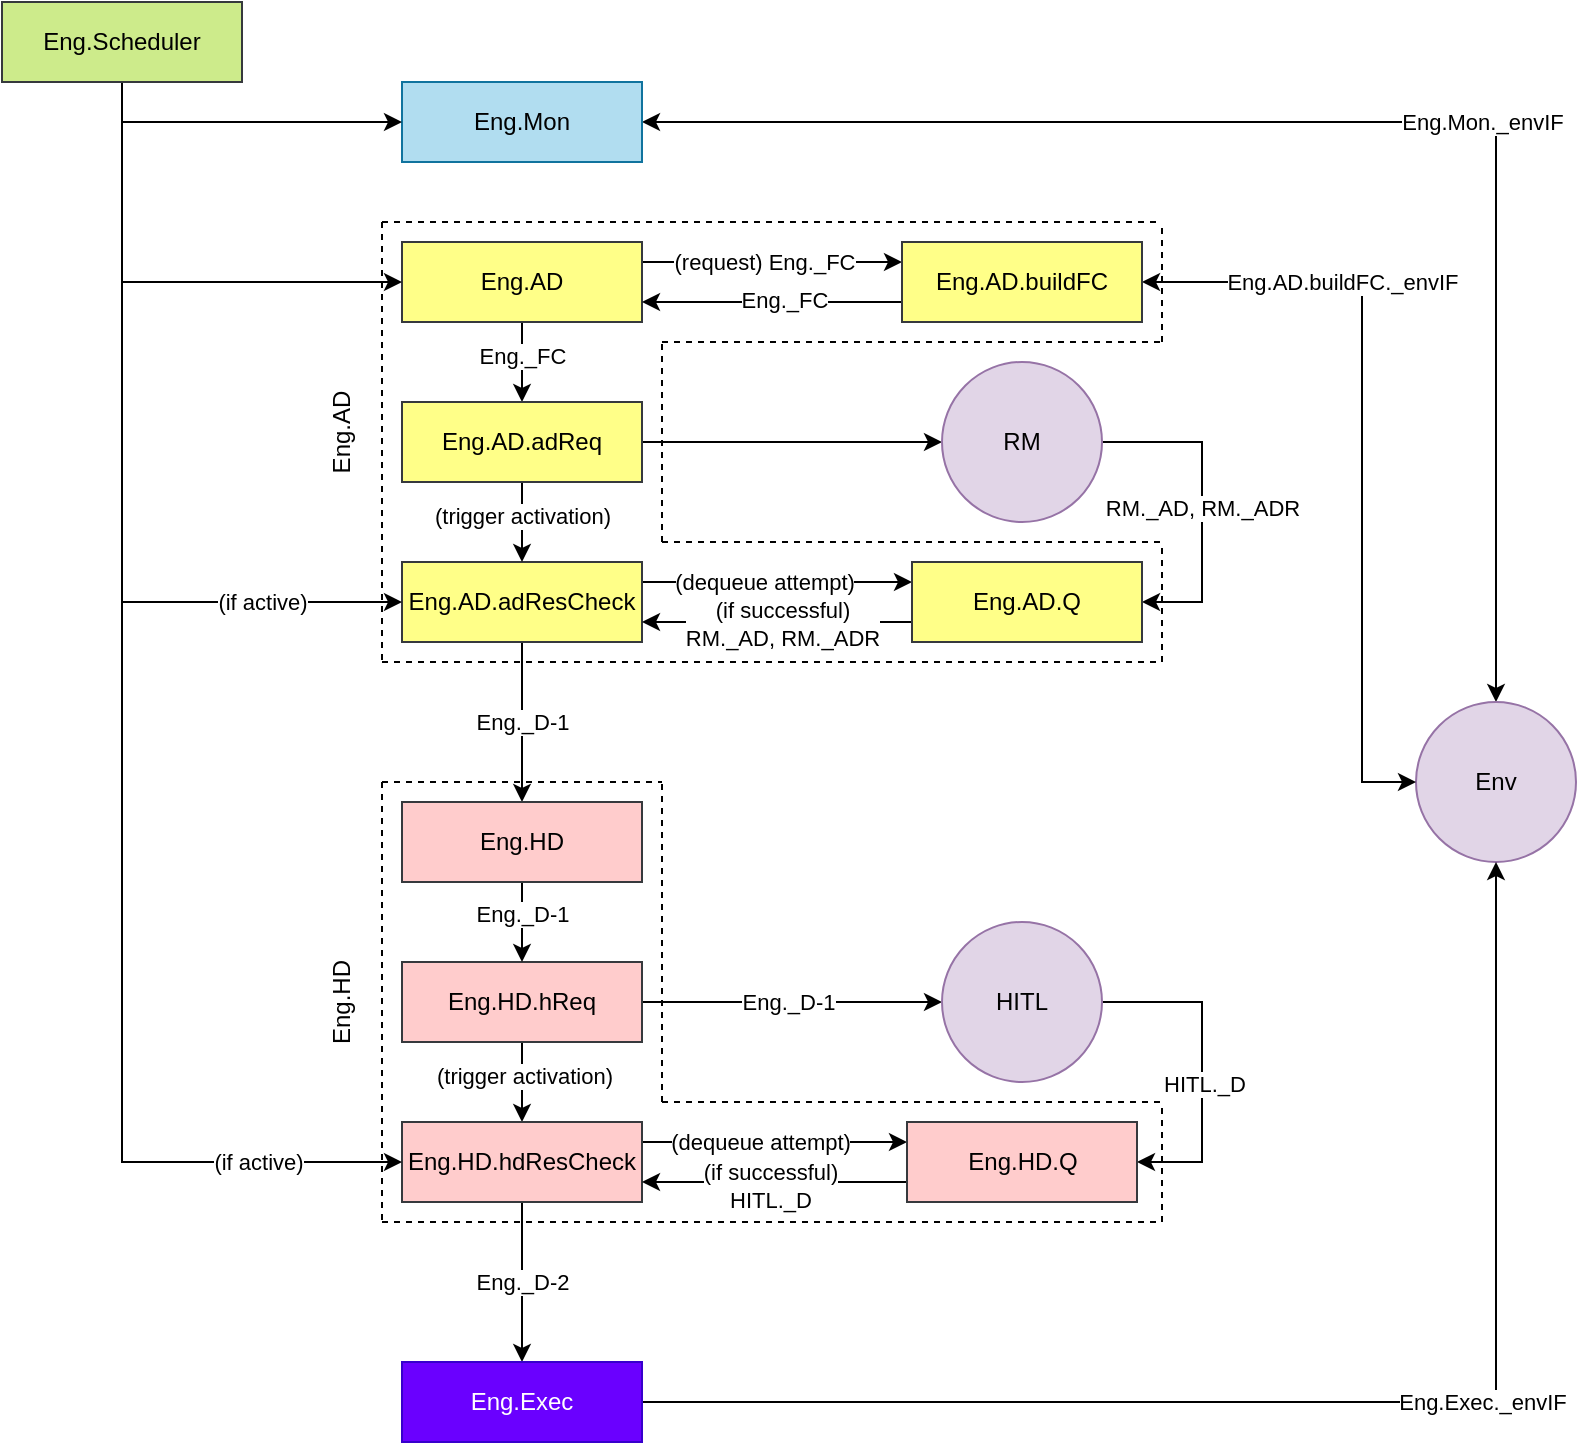
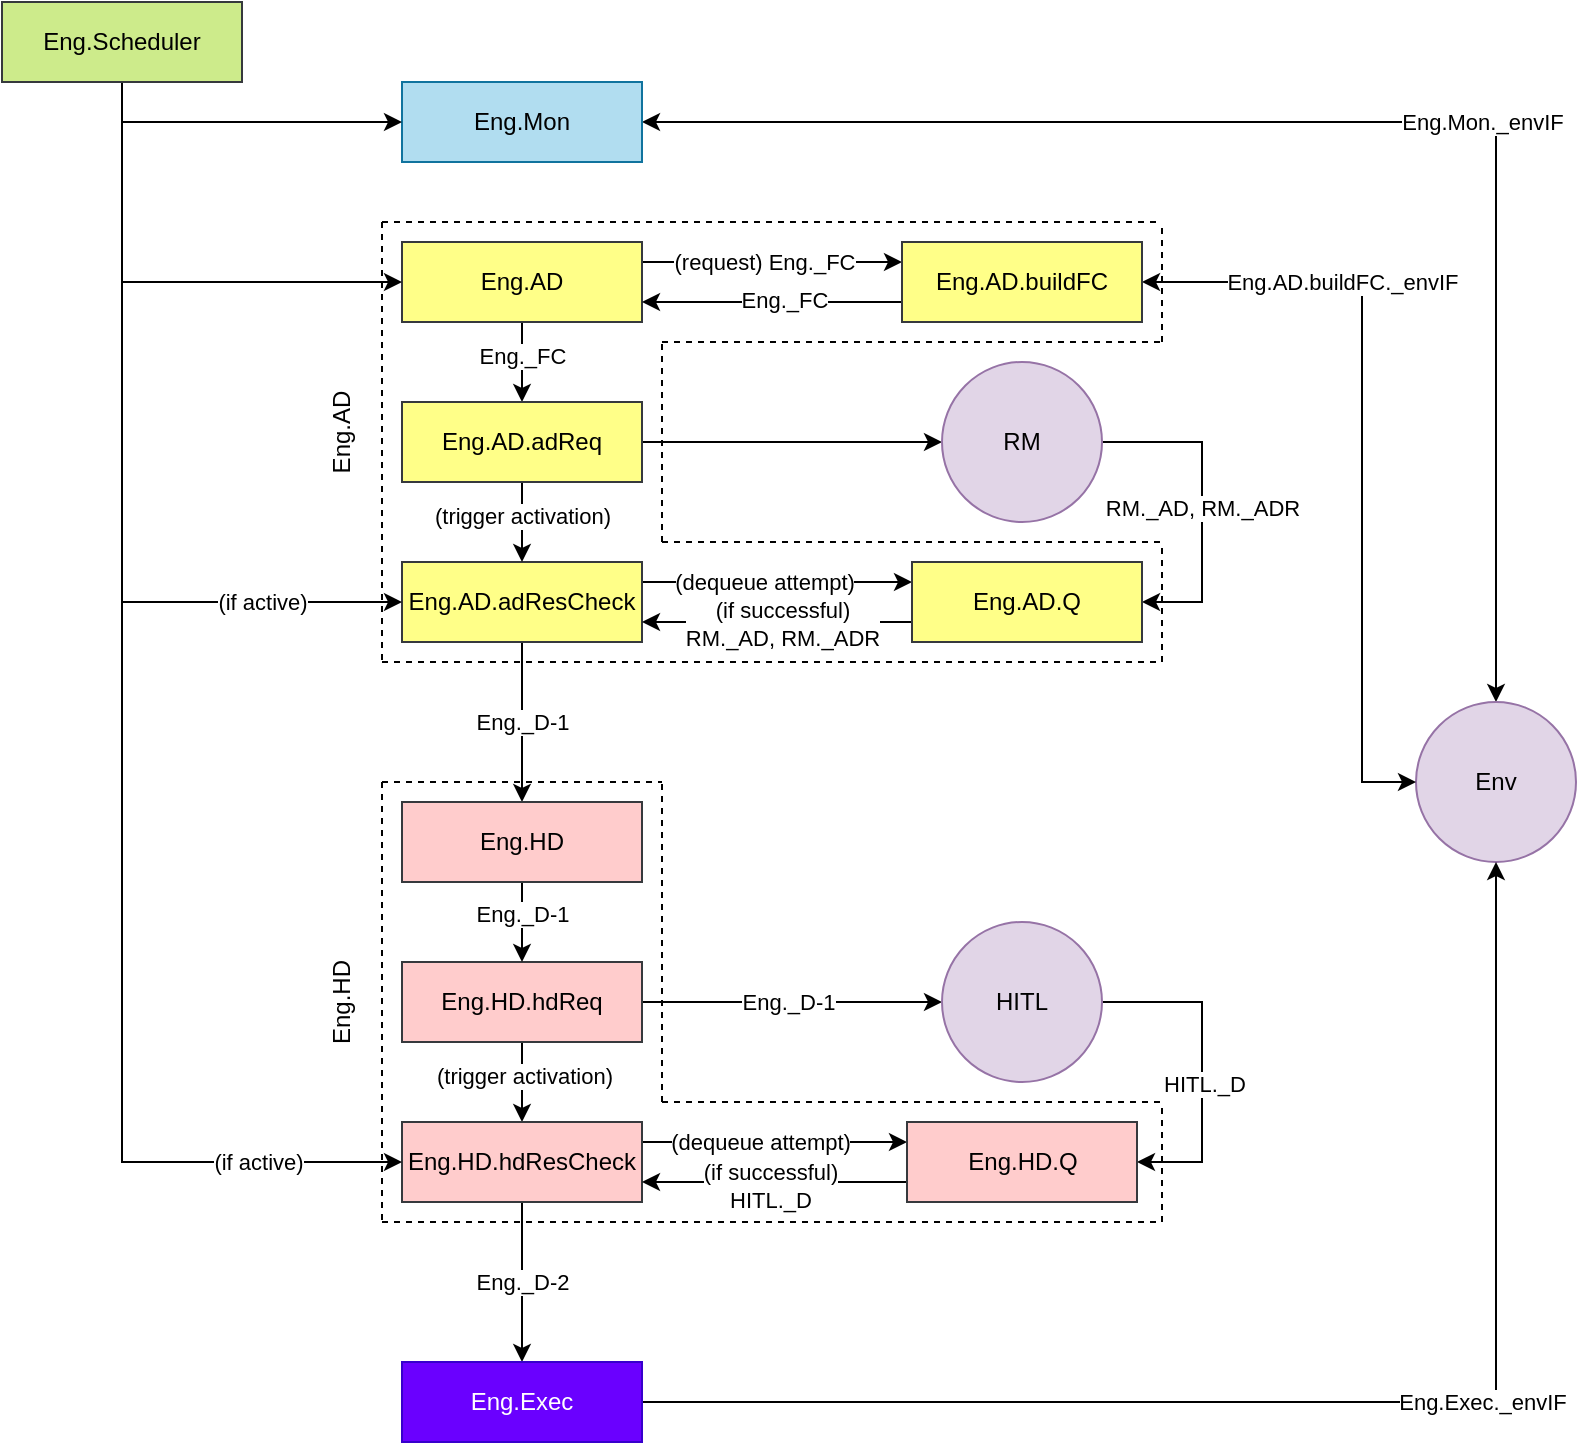
<mxfile host="app.diagrams.net">
  <diagram name="Page-1" id="OlbvHiH25T4Iblp31CC4">
-     <mxGraphModel dx="699" dy="388" grid="0" gridSize="10" guides="1" tooltips="1" connect="1" arrows="1" fold="1" page="1" pageScale="1" pageWidth="827" pageHeight="1169" background="#ffffff" math="0" shadow="0">
+     <mxGraphModel dx="1304" dy="724" grid="0" gridSize="10" guides="1" tooltips="1" connect="1" arrows="1" fold="1" page="1" pageScale="1" pageWidth="827" pageHeight="1169" background="#ffffff" math="0" shadow="0">
      <root>
        <mxCell id="0" />
        <mxCell id="1" parent="0" />
        <mxCell id="co-fIusRbvJiOKSlR68D-45" edge="1" parent="1" source="co-fIusRbvJiOKSlR68D-1" style="edgeStyle=orthogonalEdgeStyle;rounded=0;orthogonalLoop=1;jettySize=auto;html=1;exitX=1;exitY=0.25;exitDx=0;exitDy=0;entryX=0;entryY=0.25;entryDx=0;entryDy=0;" target="co-fIusRbvJiOKSlR68D-44">
          <mxGeometry relative="1" as="geometry" />
        </mxCell>
        <mxCell id="co-fIusRbvJiOKSlR68D-48" connectable="0" parent="co-fIusRbvJiOKSlR68D-45" style="edgeLabel;html=1;align=center;verticalAlign=middle;resizable=0;points=[];" value="(dequeue attempt)" vertex="1">
          <mxGeometry relative="1" x="-0.1062" as="geometry">
            <mxPoint as="offset" />
          </mxGeometry>
        </mxCell>
        <mxCell id="co-fIusRbvJiOKSlR68D-66" edge="1" parent="1" source="co-fIusRbvJiOKSlR68D-1" style="edgeStyle=orthogonalEdgeStyle;rounded=0;orthogonalLoop=1;jettySize=auto;html=1;exitX=0.5;exitY=1;exitDx=0;exitDy=0;entryX=0.5;entryY=0;entryDx=0;entryDy=0;" target="co-fIusRbvJiOKSlR68D-65">
          <mxGeometry relative="1" as="geometry" />
        </mxCell>
        <mxCell id="co-fIusRbvJiOKSlR68D-1" parent="1" style="rounded=0;whiteSpace=wrap;html=1;fillColor=#ffff88;strokeColor=#36393d;" value="Eng.AD.adResCheck" vertex="1">
          <mxGeometry height="40" width="120" x="320" y="400" as="geometry" />
        </mxCell>
        <mxCell id="co-fIusRbvJiOKSlR68D-20" edge="1" parent="1" source="co-fIusRbvJiOKSlR68D-2" style="edgeStyle=orthogonalEdgeStyle;rounded=0;orthogonalLoop=1;jettySize=auto;html=1;exitX=1;exitY=0.5;exitDx=0;exitDy=0;strokeColor=default;startArrow=classic;startFill=1;" target="co-fIusRbvJiOKSlR68D-19">
          <mxGeometry relative="1" as="geometry" />
        </mxCell>
        <mxCell id="co-fIusRbvJiOKSlR68D-22" connectable="0" parent="co-fIusRbvJiOKSlR68D-20" style="edgeLabel;html=1;align=center;verticalAlign=middle;resizable=0;points=[];" value="Eng.Mon._envIF" vertex="1">
          <mxGeometry relative="1" x="-0.04" y="2" as="geometry">
            <mxPoint x="76" y="2" as="offset" />
          </mxGeometry>
        </mxCell>
        <mxCell id="co-fIusRbvJiOKSlR68D-2" parent="1" style="rounded=0;whiteSpace=wrap;html=1;fillColor=#b1ddf0;strokeColor=#10739e;" value="Eng.Mon" vertex="1">
          <mxGeometry height="40" width="120" x="320" y="160" as="geometry" />
        </mxCell>
        <mxCell id="co-fIusRbvJiOKSlR68D-30" edge="1" parent="1" source="co-fIusRbvJiOKSlR68D-3" style="edgeStyle=orthogonalEdgeStyle;rounded=0;orthogonalLoop=1;jettySize=auto;html=1;exitX=1;exitY=0.25;exitDx=0;exitDy=0;entryX=0;entryY=0.25;entryDx=0;entryDy=0;" target="co-fIusRbvJiOKSlR68D-23">
          <mxGeometry relative="1" as="geometry" />
        </mxCell>
        <mxCell id="co-fIusRbvJiOKSlR68D-32" connectable="0" parent="co-fIusRbvJiOKSlR68D-30" style="edgeLabel;html=1;align=center;verticalAlign=middle;resizable=0;points=[];" value="(request) Eng._FC" vertex="1">
          <mxGeometry relative="1" x="-0.1785" as="geometry">
            <mxPoint x="7" as="offset" />
          </mxGeometry>
        </mxCell>
        <mxCell id="co-fIusRbvJiOKSlR68D-34" edge="1" parent="1" source="co-fIusRbvJiOKSlR68D-3" style="edgeStyle=orthogonalEdgeStyle;rounded=0;orthogonalLoop=1;jettySize=auto;html=1;exitX=0.5;exitY=1;exitDx=0;exitDy=0;" target="co-fIusRbvJiOKSlR68D-5">
          <mxGeometry relative="1" as="geometry" />
        </mxCell>
        <mxCell id="co-fIusRbvJiOKSlR68D-35" connectable="0" parent="co-fIusRbvJiOKSlR68D-34" style="edgeLabel;html=1;align=center;verticalAlign=middle;resizable=0;points=[];" value="Eng._FC" vertex="1">
          <mxGeometry relative="1" x="-0.38" y="-1" as="geometry">
            <mxPoint x="1" y="4" as="offset" />
          </mxGeometry>
        </mxCell>
        <mxCell id="co-fIusRbvJiOKSlR68D-3" parent="1" style="rounded=0;whiteSpace=wrap;html=1;fillColor=#ffff88;strokeColor=#36393d;" value="Eng.AD" vertex="1">
          <mxGeometry height="40" width="120" x="320" y="240" as="geometry" />
        </mxCell>
        <mxCell id="co-fIusRbvJiOKSlR68D-75" edge="1" parent="1" source="co-fIusRbvJiOKSlR68D-4" style="edgeStyle=orthogonalEdgeStyle;rounded=0;orthogonalLoop=1;jettySize=auto;html=1;exitX=1;exitY=0.5;exitDx=0;exitDy=0;entryX=0;entryY=0.5;entryDx=0;entryDy=0;" target="co-fIusRbvJiOKSlR68D-68">
          <mxGeometry relative="1" as="geometry" />
        </mxCell>
        <mxCell id="co-fIusRbvJiOKSlR68D-90" edge="1" parent="1" source="co-fIusRbvJiOKSlR68D-4" style="edgeStyle=orthogonalEdgeStyle;rounded=0;orthogonalLoop=1;jettySize=auto;html=1;exitX=0.5;exitY=1;exitDx=0;exitDy=0;entryX=0.5;entryY=0;entryDx=0;entryDy=0;" target="co-fIusRbvJiOKSlR68D-6">
          <mxGeometry relative="1" as="geometry" />
        </mxCell>
-         <mxCell id="co-fIusRbvJiOKSlR68D-4" parent="1" style="rounded=0;whiteSpace=wrap;html=1;fillColor=#ffcccc;strokeColor=#36393d;" value="Eng.HD.hReq&lt;span style=&quot;color: rgba(0, 0, 0, 0); font-family: monospace; font-size: 0px; text-align: start; white-space: nowrap;&quot;&gt;%3CmxGraphModel%3E%3Croot%3E%3CmxCell%20id%3D%220%22%2F%3E%3CmxCell%20id%3D%221%22%20parent%3D%220%22%2F%3E%3CmxCell%20id%3D%222%22%20parent%3D%221%22%20style%3D%22rounded%3D0%3BwhiteSpace%3Dwrap%3Bhtml%3D1%3B%22%20value%3D%22Eng.dResCheck%22%20vertex%3D%221%22%3E%3CmxGeometry%20height%3D%2240%22%20width%3D%22120%22%20x%3D%22160%22%20y%3D%2280%22%20as%3D%22geometry%22%2F%3E%3C%2FmxCell%3E%3C%2Froot%3E%3C%2FmxGraphModel%3E&lt;/span&gt;" vertex="1">
+         <mxCell id="co-fIusRbvJiOKSlR68D-4" parent="1" style="rounded=0;whiteSpace=wrap;html=1;fillColor=#ffcccc;strokeColor=#36393d;" value="Eng.HD.hdReq&lt;span style=&quot;color: rgba(0, 0, 0, 0); font-family: monospace; font-size: 0px; text-align: start; white-space: nowrap;&quot;&gt;%3CmxGraphModel%3E%3Croot%3E%3CmxCell%20id%3D%220%22%2F%3E%3CmxCell%20id%3D%221%22%20parent%3D%220%22%2F%3E%3CmxCell%20id%3D%222%22%20parent%3D%221%22%20style%3D%22rounded%3D0%3BwhiteSpace%3Dwrap%3Bhtml%3D1%3B%22%20value%3D%22Eng.dResCheck%22%20vertex%3D%221%22%3E%3CmxGeometry%20height%3D%2240%22%20width%3D%22120%22%20x%3D%22160%22%20y%3D%2280%22%20as%3D%22geometry%22%2F%3E%3C%2FmxCell%3E%3C%2Froot%3E%3C%2FmxGraphModel%3E&lt;/span&gt;" vertex="1">
          <mxGeometry height="40" width="120" x="320" y="600" as="geometry" />
        </mxCell>
        <mxCell id="co-fIusRbvJiOKSlR68D-36" edge="1" parent="1" source="co-fIusRbvJiOKSlR68D-5" style="edgeStyle=orthogonalEdgeStyle;rounded=0;orthogonalLoop=1;jettySize=auto;html=1;exitX=1;exitY=0.5;exitDx=0;exitDy=0;entryX=0;entryY=0.5;entryDx=0;entryDy=0;" target="co-fIusRbvJiOKSlR68D-37">
          <mxGeometry relative="1" as="geometry">
            <mxPoint x="560" y="340" as="targetPoint" />
          </mxGeometry>
        </mxCell>
        <mxCell id="co-fIusRbvJiOKSlR68D-39" edge="1" parent="1" source="co-fIusRbvJiOKSlR68D-5" style="edgeStyle=orthogonalEdgeStyle;rounded=0;orthogonalLoop=1;jettySize=auto;html=1;exitX=0.5;exitY=1;exitDx=0;exitDy=0;entryX=0.5;entryY=0;entryDx=0;entryDy=0;" target="co-fIusRbvJiOKSlR68D-1">
          <mxGeometry relative="1" as="geometry" />
        </mxCell>
        <mxCell id="co-fIusRbvJiOKSlR68D-40" connectable="0" parent="co-fIusRbvJiOKSlR68D-39" style="edgeLabel;html=1;align=center;verticalAlign=middle;resizable=0;points=[];" value="(trigger activation)" vertex="1">
          <mxGeometry relative="1" x="-0.18" as="geometry">
            <mxPoint as="offset" />
          </mxGeometry>
        </mxCell>
        <mxCell id="co-fIusRbvJiOKSlR68D-5" parent="1" style="rounded=0;whiteSpace=wrap;html=1;fillColor=#ffff88;strokeColor=#36393d;" value="Eng.AD.adReq" vertex="1">
          <mxGeometry height="40" width="120" x="320" y="320" as="geometry" />
        </mxCell>
        <mxCell id="co-fIusRbvJiOKSlR68D-79" edge="1" parent="1" source="co-fIusRbvJiOKSlR68D-6" style="edgeStyle=orthogonalEdgeStyle;rounded=0;orthogonalLoop=1;jettySize=auto;html=1;exitX=1;exitY=0.25;exitDx=0;exitDy=0;entryX=0;entryY=0.25;entryDx=0;entryDy=0;" target="co-fIusRbvJiOKSlR68D-77">
          <mxGeometry relative="1" as="geometry" />
        </mxCell>
        <mxCell id="co-fIusRbvJiOKSlR68D-97" edge="1" parent="1" source="co-fIusRbvJiOKSlR68D-6" style="edgeStyle=orthogonalEdgeStyle;rounded=0;orthogonalLoop=1;jettySize=auto;html=1;exitX=0.5;exitY=1;exitDx=0;exitDy=0;entryX=0.5;entryY=0;entryDx=0;entryDy=0;" target="co-fIusRbvJiOKSlR68D-93">
          <mxGeometry relative="1" as="geometry">
            <Array as="points">
              <mxPoint x="380" y="760" />
              <mxPoint x="380" y="760" />
            </Array>
          </mxGeometry>
        </mxCell>
        <mxCell id="co-fIusRbvJiOKSlR68D-6" parent="1" style="rounded=0;whiteSpace=wrap;html=1;fillColor=#ffcccc;strokeColor=#36393d;" value="Eng.HD.hdResCheck" vertex="1">
          <mxGeometry height="40" width="120" x="320" y="680" as="geometry" />
        </mxCell>
        <mxCell id="co-fIusRbvJiOKSlR68D-19" parent="1" style="ellipse;whiteSpace=wrap;html=1;aspect=fixed;fillColor=#e1d5e7;strokeColor=#9673a6;" value="Env" vertex="1">
          <mxGeometry height="80" width="80" x="827" y="470" as="geometry" />
        </mxCell>
        <mxCell id="co-fIusRbvJiOKSlR68D-31" edge="1" parent="1" source="co-fIusRbvJiOKSlR68D-23" style="edgeStyle=orthogonalEdgeStyle;rounded=0;orthogonalLoop=1;jettySize=auto;html=1;exitX=0;exitY=0.75;exitDx=0;exitDy=0;entryX=1;entryY=0.75;entryDx=0;entryDy=0;" target="co-fIusRbvJiOKSlR68D-3">
          <mxGeometry relative="1" as="geometry" />
        </mxCell>
        <mxCell id="co-fIusRbvJiOKSlR68D-33" connectable="0" parent="co-fIusRbvJiOKSlR68D-31" style="edgeLabel;html=1;align=center;verticalAlign=middle;resizable=0;points=[];" value="Eng._FC" vertex="1">
          <mxGeometry relative="1" x="0.0708" y="-1" as="geometry">
            <mxPoint x="10" as="offset" />
          </mxGeometry>
        </mxCell>
        <mxCell id="co-fIusRbvJiOKSlR68D-106" edge="1" parent="1" source="co-fIusRbvJiOKSlR68D-23" style="edgeStyle=orthogonalEdgeStyle;rounded=0;orthogonalLoop=1;jettySize=auto;html=1;exitX=1;exitY=0.5;exitDx=0;exitDy=0;entryX=0;entryY=0.5;entryDx=0;entryDy=0;startArrow=classic;startFill=1;" target="co-fIusRbvJiOKSlR68D-19">
          <mxGeometry relative="1" as="geometry">
            <Array as="points">
              <mxPoint x="800" y="260" />
              <mxPoint x="800" y="510" />
            </Array>
          </mxGeometry>
        </mxCell>
        <mxCell id="co-fIusRbvJiOKSlR68D-23" parent="1" style="rounded=0;whiteSpace=wrap;html=1;fillColor=#ffff88;strokeColor=#36393d;" value="Eng.AD.buildFC" vertex="1">
          <mxGeometry height="40" width="120" x="570" y="240" as="geometry" />
        </mxCell>
        <mxCell id="co-fIusRbvJiOKSlR68D-25" edge="1" parent="1" source="co-fIusRbvJiOKSlR68D-24" style="edgeStyle=orthogonalEdgeStyle;rounded=0;orthogonalLoop=1;jettySize=auto;html=1;exitX=0.5;exitY=1;exitDx=0;exitDy=0;entryX=0;entryY=0.5;entryDx=0;entryDy=0;" target="co-fIusRbvJiOKSlR68D-2">
          <mxGeometry relative="1" as="geometry" />
        </mxCell>
        <mxCell id="co-fIusRbvJiOKSlR68D-26" edge="1" parent="1" source="co-fIusRbvJiOKSlR68D-24" style="edgeStyle=orthogonalEdgeStyle;rounded=0;orthogonalLoop=1;jettySize=auto;html=1;exitX=0.5;exitY=1;exitDx=0;exitDy=0;entryX=0;entryY=0.5;entryDx=0;entryDy=0;" target="co-fIusRbvJiOKSlR68D-3">
          <mxGeometry relative="1" as="geometry" />
        </mxCell>
        <mxCell id="co-fIusRbvJiOKSlR68D-38" edge="1" parent="1" source="co-fIusRbvJiOKSlR68D-24" style="edgeStyle=orthogonalEdgeStyle;rounded=0;orthogonalLoop=1;jettySize=auto;html=1;exitX=0.5;exitY=1;exitDx=0;exitDy=0;entryX=0;entryY=0.5;entryDx=0;entryDy=0;" target="co-fIusRbvJiOKSlR68D-1">
          <mxGeometry relative="1" as="geometry" />
        </mxCell>
        <mxCell id="co-fIusRbvJiOKSlR68D-42" connectable="0" parent="co-fIusRbvJiOKSlR68D-38" style="edgeLabel;html=1;align=center;verticalAlign=middle;resizable=0;points=[];" value="(if active)" vertex="1">
          <mxGeometry relative="1" x="0.6308" y="-2" as="geometry">
            <mxPoint x="4" y="-2" as="offset" />
          </mxGeometry>
        </mxCell>
        <mxCell id="co-fIusRbvJiOKSlR68D-81" edge="1" parent="1" source="co-fIusRbvJiOKSlR68D-24" style="edgeStyle=orthogonalEdgeStyle;rounded=0;orthogonalLoop=1;jettySize=auto;html=1;exitX=0.5;exitY=1;exitDx=0;exitDy=0;entryX=0;entryY=0.5;entryDx=0;entryDy=0;" target="co-fIusRbvJiOKSlR68D-6">
          <mxGeometry relative="1" as="geometry" />
        </mxCell>
        <mxCell id="co-fIusRbvJiOKSlR68D-24" parent="1" style="rounded=0;whiteSpace=wrap;html=1;fillColor=#cdeb8b;strokeColor=#36393d;" value="Eng.Scheduler" vertex="1">
          <mxGeometry height="40" width="120" x="120" y="120" as="geometry" />
        </mxCell>
        <mxCell id="co-fIusRbvJiOKSlR68D-63" edge="1" parent="1" source="co-fIusRbvJiOKSlR68D-37" style="edgeStyle=orthogonalEdgeStyle;rounded=0;orthogonalLoop=1;jettySize=auto;html=1;exitX=1;exitY=0.5;exitDx=0;exitDy=0;entryX=1;entryY=0.5;entryDx=0;entryDy=0;" target="co-fIusRbvJiOKSlR68D-44">
          <mxGeometry relative="1" as="geometry">
            <Array as="points">
              <mxPoint x="720" y="340" />
              <mxPoint x="720" y="420" />
            </Array>
          </mxGeometry>
        </mxCell>
        <mxCell id="co-fIusRbvJiOKSlR68D-64" connectable="0" parent="co-fIusRbvJiOKSlR68D-63" style="edgeLabel;html=1;align=center;verticalAlign=middle;resizable=0;points=[];" value="RM._AD, RM._ADR" vertex="1">
          <mxGeometry relative="1" x="0.0314" y="-2" as="geometry">
            <mxPoint x="2" as="offset" />
          </mxGeometry>
        </mxCell>
        <mxCell id="co-fIusRbvJiOKSlR68D-37" parent="1" style="ellipse;whiteSpace=wrap;html=1;aspect=fixed;fillColor=#e1d5e7;strokeColor=#9673a6;" value="RM" vertex="1">
          <mxGeometry height="80" width="80" x="590" y="300" as="geometry" />
        </mxCell>
        <mxCell id="co-fIusRbvJiOKSlR68D-47" edge="1" parent="1" source="co-fIusRbvJiOKSlR68D-44" style="edgeStyle=orthogonalEdgeStyle;rounded=0;orthogonalLoop=1;jettySize=auto;html=1;exitX=0;exitY=0.75;exitDx=0;exitDy=0;entryX=1;entryY=0.75;entryDx=0;entryDy=0;" target="co-fIusRbvJiOKSlR68D-1">
          <mxGeometry relative="1" as="geometry" />
        </mxCell>
        <mxCell id="co-fIusRbvJiOKSlR68D-49" connectable="0" parent="co-fIusRbvJiOKSlR68D-47" style="edgeLabel;html=1;align=center;verticalAlign=middle;resizable=0;points=[];" value="(if successful)&lt;div&gt;RM._AD, RM._ADR&lt;/div&gt;" vertex="1">
          <mxGeometry relative="1" x="0.0084" as="geometry">
            <mxPoint x="3" y="1" as="offset" />
          </mxGeometry>
        </mxCell>
        <mxCell id="co-fIusRbvJiOKSlR68D-44" parent="1" style="rounded=0;whiteSpace=wrap;html=1;fillColor=#ffff88;strokeColor=#36393d;" value="Eng.AD.Q" vertex="1">
          <mxGeometry height="40" width="115" x="575" y="400" as="geometry" />
        </mxCell>
        <mxCell id="co-fIusRbvJiOKSlR68D-51" edge="1" parent="1" style="endArrow=none;dashed=1;html=1;rounded=0;" value="">
          <mxGeometry height="50" relative="1" width="50" as="geometry">
            <mxPoint x="310" y="230" as="sourcePoint" />
            <mxPoint x="700" y="230" as="targetPoint" />
          </mxGeometry>
        </mxCell>
        <mxCell id="co-fIusRbvJiOKSlR68D-52" edge="1" parent="1" style="endArrow=none;dashed=1;html=1;rounded=0;" value="">
          <mxGeometry height="50" relative="1" width="50" as="geometry">
            <mxPoint x="310" y="230" as="sourcePoint" />
            <mxPoint x="310" y="450" as="targetPoint" />
          </mxGeometry>
        </mxCell>
        <mxCell id="co-fIusRbvJiOKSlR68D-53" edge="1" parent="1" style="endArrow=none;dashed=1;html=1;rounded=0;" value="">
          <mxGeometry height="50" relative="1" width="50" as="geometry">
            <mxPoint x="310" y="450" as="sourcePoint" />
            <mxPoint x="700" y="450" as="targetPoint" />
          </mxGeometry>
        </mxCell>
        <mxCell id="co-fIusRbvJiOKSlR68D-54" edge="1" parent="1" style="endArrow=none;dashed=1;html=1;rounded=0;" value="">
          <mxGeometry height="50" relative="1" width="50" as="geometry">
            <mxPoint x="700" y="450" as="sourcePoint" />
            <mxPoint x="700" y="390" as="targetPoint" />
          </mxGeometry>
        </mxCell>
        <mxCell id="co-fIusRbvJiOKSlR68D-55" edge="1" parent="1" style="endArrow=none;dashed=1;html=1;rounded=0;" value="">
          <mxGeometry height="50" relative="1" width="50" as="geometry">
            <mxPoint x="450" y="390" as="sourcePoint" />
            <mxPoint x="700" y="390" as="targetPoint" />
          </mxGeometry>
        </mxCell>
        <mxCell id="co-fIusRbvJiOKSlR68D-57" edge="1" parent="1" style="endArrow=none;dashed=1;html=1;rounded=0;" value="">
          <mxGeometry height="50" relative="1" width="50" as="geometry">
            <mxPoint x="450" y="290" as="sourcePoint" />
            <mxPoint x="700" y="290" as="targetPoint" />
          </mxGeometry>
        </mxCell>
        <mxCell id="co-fIusRbvJiOKSlR68D-58" parent="1" style="text;html=1;whiteSpace=wrap;strokeColor=none;fillColor=none;align=center;verticalAlign=middle;rounded=0;rotation=-90;" value="Eng.AD" vertex="1">
          <mxGeometry height="30" width="60" x="260" y="320" as="geometry" />
        </mxCell>
        <mxCell id="co-fIusRbvJiOKSlR68D-59" edge="1" parent="1" style="endArrow=none;dashed=1;html=1;rounded=0;" value="">
          <mxGeometry height="50" relative="1" width="50" as="geometry">
            <mxPoint x="700" y="290" as="sourcePoint" />
            <mxPoint x="700" y="230" as="targetPoint" />
          </mxGeometry>
        </mxCell>
        <mxCell id="co-fIusRbvJiOKSlR68D-60" edge="1" parent="1" style="endArrow=none;dashed=1;html=1;rounded=0;" value="">
          <mxGeometry height="50" relative="1" width="50" as="geometry">
            <mxPoint x="450" y="390" as="sourcePoint" />
            <mxPoint x="450" y="290" as="targetPoint" />
          </mxGeometry>
        </mxCell>
        <mxCell id="co-fIusRbvJiOKSlR68D-71" edge="1" parent="1" source="co-fIusRbvJiOKSlR68D-65" style="edgeStyle=orthogonalEdgeStyle;rounded=0;orthogonalLoop=1;jettySize=auto;html=1;exitX=0.5;exitY=1;exitDx=0;exitDy=0;entryX=0.5;entryY=0;entryDx=0;entryDy=0;" target="co-fIusRbvJiOKSlR68D-4">
          <mxGeometry relative="1" as="geometry" />
        </mxCell>
        <mxCell id="co-fIusRbvJiOKSlR68D-100" connectable="0" parent="co-fIusRbvJiOKSlR68D-71" style="edgeLabel;html=1;align=center;verticalAlign=middle;resizable=0;points=[];" value="&lt;span style=&quot;color: rgba(0, 0, 0, 0); font-family: monospace; font-size: 0px; text-align: start; background-color: rgb(236, 236, 236);&quot;&gt;%3CmxGraphModel%3E%3Croot%3E%3CmxCell%20id%3D%220%22%2F%3E%3CmxCell%20id%3D%221%22%20parent%3D%220%22%2F%3E%3CmxCell%20id%3D%222%22%20connectable%3D%220%22%20parent%3D%221%22%20style%3D%22edgeLabel%3Bhtml%3D1%3Balign%3Dcenter%3BverticalAlign%3Dmiddle%3Bresizable%3D0%3Bpoints%3D%5B%5D%3B%22%20value%3D%22Eng._D-1%22%20vertex%3D%221%22%3E%3CmxGeometry%20x%3D%22513%22%20y%3D%22620%22%20as%3D%22geometry%22%2F%3E%3C%2FmxCell%3E%3C%2Froot%3E%3C%2FmxGraphModel%3E&lt;/span&gt;" vertex="1">
          <mxGeometry relative="1" x="-0.1789" as="geometry">
            <mxPoint as="offset" />
          </mxGeometry>
        </mxCell>
        <mxCell id="co-fIusRbvJiOKSlR68D-65" parent="1" style="rounded=0;whiteSpace=wrap;html=1;fillColor=#ffcccc;strokeColor=#36393d;" value="Eng.HD" vertex="1">
          <mxGeometry height="40" width="120" x="320" y="520" as="geometry" />
        </mxCell>
        <mxCell id="co-fIusRbvJiOKSlR68D-67" connectable="0" parent="1" style="edgeLabel;html=1;align=center;verticalAlign=middle;resizable=0;points=[];" value="Eng._D-1" vertex="1">
          <mxGeometry x="380" y="480" as="geometry" />
        </mxCell>
        <mxCell id="co-fIusRbvJiOKSlR68D-78" edge="1" parent="1" source="co-fIusRbvJiOKSlR68D-68" style="edgeStyle=orthogonalEdgeStyle;rounded=0;orthogonalLoop=1;jettySize=auto;html=1;exitX=1;exitY=0.5;exitDx=0;exitDy=0;entryX=1;entryY=0.5;entryDx=0;entryDy=0;" target="co-fIusRbvJiOKSlR68D-77">
          <mxGeometry relative="1" as="geometry">
            <Array as="points">
              <mxPoint x="720" y="620" />
              <mxPoint x="720" y="700" />
            </Array>
          </mxGeometry>
        </mxCell>
        <mxCell id="co-fIusRbvJiOKSlR68D-96" connectable="0" parent="co-fIusRbvJiOKSlR68D-78" style="edgeLabel;html=1;align=center;verticalAlign=middle;resizable=0;points=[];" value="HITL._D" vertex="1">
          <mxGeometry relative="1" x="0.1218" y="1" as="geometry">
            <mxPoint as="offset" />
          </mxGeometry>
        </mxCell>
        <mxCell id="co-fIusRbvJiOKSlR68D-68" parent="1" style="ellipse;whiteSpace=wrap;html=1;aspect=fixed;fillColor=#e1d5e7;strokeColor=#9673a6;" value="HITL" vertex="1">
          <mxGeometry height="80" width="80" x="590" y="580" as="geometry" />
        </mxCell>
        <mxCell id="co-fIusRbvJiOKSlR68D-80" edge="1" parent="1" source="co-fIusRbvJiOKSlR68D-77" style="edgeStyle=orthogonalEdgeStyle;rounded=0;orthogonalLoop=1;jettySize=auto;html=1;exitX=0;exitY=0.75;exitDx=0;exitDy=0;entryX=1;entryY=0.75;entryDx=0;entryDy=0;" target="co-fIusRbvJiOKSlR68D-6">
          <mxGeometry relative="1" as="geometry" />
        </mxCell>
        <mxCell id="co-fIusRbvJiOKSlR68D-77" parent="1" style="rounded=0;whiteSpace=wrap;html=1;fillColor=#ffcccc;strokeColor=#36393d;" value="Eng.HD.Q" vertex="1">
          <mxGeometry height="40" width="115" x="572.5" y="680" as="geometry" />
        </mxCell>
        <mxCell id="co-fIusRbvJiOKSlR68D-83" connectable="0" parent="1" style="edgeLabel;html=1;align=center;verticalAlign=middle;resizable=0;points=[];" value="(if active)" vertex="1">
          <mxGeometry x="248" y="719" as="geometry">
            <mxPoint y="-19" as="offset" />
          </mxGeometry>
        </mxCell>
        <mxCell id="co-fIusRbvJiOKSlR68D-84" edge="1" parent="1" style="endArrow=none;dashed=1;html=1;rounded=0;" value="">
          <mxGeometry height="50" relative="1" width="50" as="geometry">
            <mxPoint x="310" y="510" as="sourcePoint" />
            <mxPoint x="450" y="510" as="targetPoint" />
          </mxGeometry>
        </mxCell>
        <mxCell id="co-fIusRbvJiOKSlR68D-85" edge="1" parent="1" style="endArrow=none;dashed=1;html=1;rounded=0;" value="">
          <mxGeometry height="50" relative="1" width="50" as="geometry">
            <mxPoint x="310" y="510" as="sourcePoint" />
            <mxPoint x="310" y="730" as="targetPoint" />
          </mxGeometry>
        </mxCell>
        <mxCell id="co-fIusRbvJiOKSlR68D-86" edge="1" parent="1" style="endArrow=none;dashed=1;html=1;rounded=0;" value="">
          <mxGeometry height="50" relative="1" width="50" as="geometry">
            <mxPoint x="310" y="730" as="sourcePoint" />
            <mxPoint x="700" y="730" as="targetPoint" />
          </mxGeometry>
        </mxCell>
        <mxCell id="co-fIusRbvJiOKSlR68D-87" edge="1" parent="1" style="endArrow=none;dashed=1;html=1;rounded=0;" value="">
          <mxGeometry height="50" relative="1" width="50" as="geometry">
            <mxPoint x="700" y="730" as="sourcePoint" />
            <mxPoint x="700" y="670" as="targetPoint" />
          </mxGeometry>
        </mxCell>
        <mxCell id="co-fIusRbvJiOKSlR68D-88" edge="1" parent="1" style="endArrow=none;dashed=1;html=1;rounded=0;" value="">
          <mxGeometry height="50" relative="1" width="50" as="geometry">
            <mxPoint x="450" y="670" as="sourcePoint" />
            <mxPoint x="700" y="670" as="targetPoint" />
          </mxGeometry>
        </mxCell>
        <mxCell id="co-fIusRbvJiOKSlR68D-89" edge="1" parent="1" style="endArrow=none;dashed=1;html=1;rounded=0;" value="">
          <mxGeometry height="50" relative="1" width="50" as="geometry">
            <mxPoint x="450" y="670" as="sourcePoint" />
            <mxPoint x="450" y="510" as="targetPoint" />
          </mxGeometry>
        </mxCell>
        <mxCell id="co-fIusRbvJiOKSlR68D-91" connectable="0" parent="1" style="edgeLabel;html=1;align=center;verticalAlign=middle;resizable=0;points=[];" value="(trigger activation)" vertex="1">
          <mxGeometry x="381" y="657" as="geometry" />
        </mxCell>
        <mxCell id="co-fIusRbvJiOKSlR68D-92" parent="1" style="text;html=1;whiteSpace=wrap;strokeColor=none;fillColor=none;align=center;verticalAlign=middle;rounded=0;rotation=-90;" value="Eng.HD" vertex="1">
          <mxGeometry height="30" width="60" x="260" y="605" as="geometry" />
        </mxCell>
        <mxCell id="co-fIusRbvJiOKSlR68D-102" edge="1" parent="1" source="co-fIusRbvJiOKSlR68D-93" style="edgeStyle=orthogonalEdgeStyle;rounded=0;orthogonalLoop=1;jettySize=auto;html=1;exitX=1;exitY=0.5;exitDx=0;exitDy=0;entryX=0.5;entryY=1;entryDx=0;entryDy=0;" target="co-fIusRbvJiOKSlR68D-19">
          <mxGeometry relative="1" as="geometry" />
        </mxCell>
        <mxCell id="co-fIusRbvJiOKSlR68D-103" connectable="0" parent="co-fIusRbvJiOKSlR68D-102" style="edgeLabel;html=1;align=center;verticalAlign=middle;resizable=0;points=[];" value="&lt;span style=&quot;color: rgba(0, 0, 0, 0); font-family: monospace; font-size: 0px; text-align: start; background-color: rgb(236, 236, 236);&quot;&gt;%3CmxGraphModel%3E%3Croot%3E%3CmxCell%20id%3D%220%22%2F%3E%3CmxCell%20id%3D%221%22%20parent%3D%220%22%2F%3E%3CmxCell%20id%3D%222%22%20connectable%3D%220%22%20parent%3D%221%22%20style%3D%22edgeLabel%3Bhtml%3D1%3Balign%3Dcenter%3BverticalAlign%3Dmiddle%3Bresizable%3D0%3Bpoints%3D%5B%5D%3B%22%20value%3D%22Eng._D-2%22%20vertex%3D%221%22%3E%3CmxGeometry%20x%3D%22381.0000000000002%22%20y%3D%22760.8695652173913%22%20as%3D%22geometry%22%2F%3E%3C%2FmxCell%3E%3C%2Froot%3E%3C%2FmxGraphModel%3E&lt;/span&gt;" vertex="1">
          <mxGeometry relative="1" x="0.2962" y="2" as="geometry">
            <mxPoint as="offset" />
          </mxGeometry>
        </mxCell>
        <mxCell id="co-fIusRbvJiOKSlR68D-93" parent="1" style="rounded=0;whiteSpace=wrap;html=1;fillColor=#6a00ff;strokeColor=#3700CC;fontColor=#ffffff;" value="Eng.Exec" vertex="1">
          <mxGeometry height="40" width="120" x="320" y="800" as="geometry" />
        </mxCell>
        <mxCell id="co-fIusRbvJiOKSlR68D-94" connectable="0" parent="1" style="edgeLabel;html=1;align=center;verticalAlign=middle;resizable=0;points=[];" value="(dequeue attempt)" vertex="1">
          <mxGeometry x="513" y="700" as="geometry">
            <mxPoint x="-14" y="-10" as="offset" />
          </mxGeometry>
        </mxCell>
        <mxCell id="co-fIusRbvJiOKSlR68D-95" connectable="0" parent="1" style="edgeLabel;html=1;align=center;verticalAlign=middle;resizable=0;points=[];" value="(if successful)&lt;div&gt;HITL._D&lt;/div&gt;" vertex="1">
          <mxGeometry x="504" y="712" as="geometry" />
        </mxCell>
        <mxCell id="co-fIusRbvJiOKSlR68D-99" connectable="0" parent="1" style="edgeLabel;html=1;align=center;verticalAlign=middle;resizable=0;points=[];" value="Eng._D-1" vertex="1">
          <mxGeometry x="513" y="620" as="geometry" />
        </mxCell>
        <mxCell id="co-fIusRbvJiOKSlR68D-101" connectable="0" parent="1" style="edgeLabel;html=1;align=center;verticalAlign=middle;resizable=0;points=[];" value="Eng._D-1" vertex="1">
          <mxGeometry x="395" y="588" as="geometry">
            <mxPoint x="-15" y="-12" as="offset" />
          </mxGeometry>
        </mxCell>
        <mxCell id="co-fIusRbvJiOKSlR68D-104" connectable="0" parent="1" style="edgeLabel;html=1;align=center;verticalAlign=middle;resizable=0;points=[];" value="Eng.Exec._envIF" vertex="1">
          <mxGeometry x="860" y="820" as="geometry" />
        </mxCell>
        <mxCell id="co-fIusRbvJiOKSlR68D-105" connectable="0" parent="1" style="edgeLabel;html=1;align=center;verticalAlign=middle;resizable=0;points=[];" value="Eng._D-2" vertex="1">
          <mxGeometry x="380" y="760" as="geometry" />
        </mxCell>
        <mxCell id="co-fIusRbvJiOKSlR68D-107" connectable="0" parent="1" style="edgeLabel;html=1;align=center;verticalAlign=middle;resizable=0;points=[];" value="Eng.AD.buildFC._envIF" vertex="1">
          <mxGeometry x="790" y="260" as="geometry" />
        </mxCell>
      </root>
    </mxGraphModel>
  </diagram>
</mxfile>
